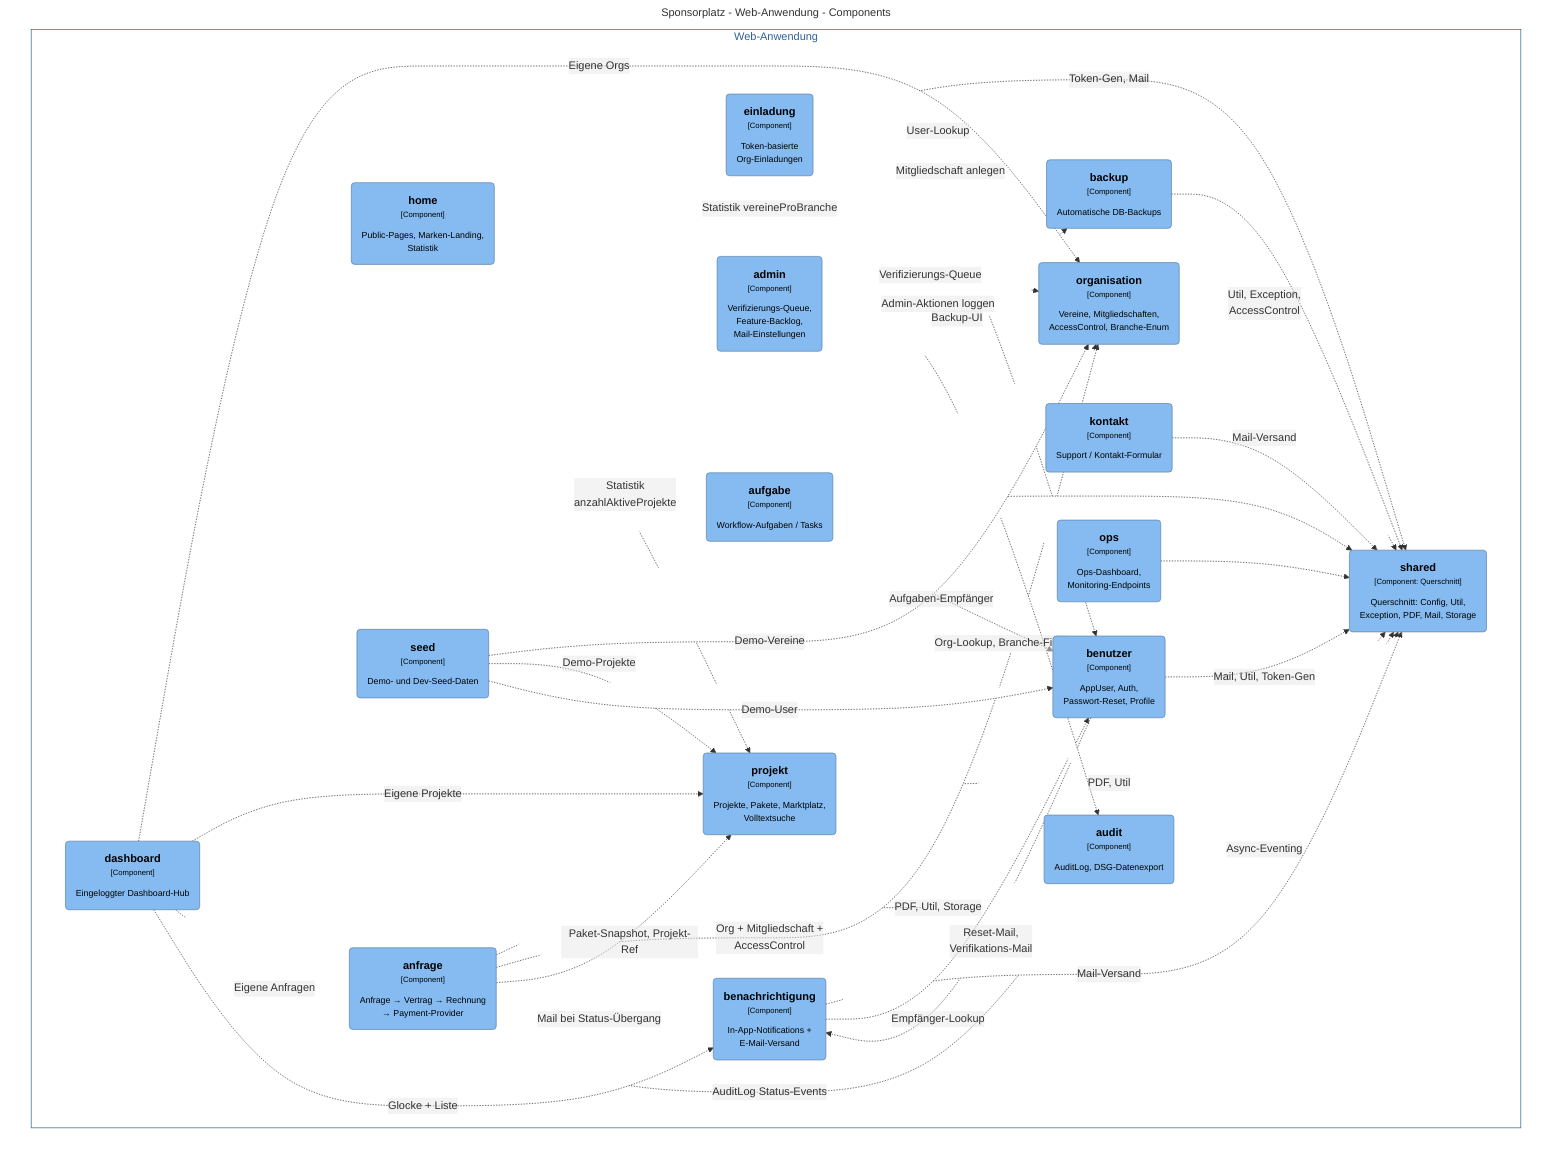
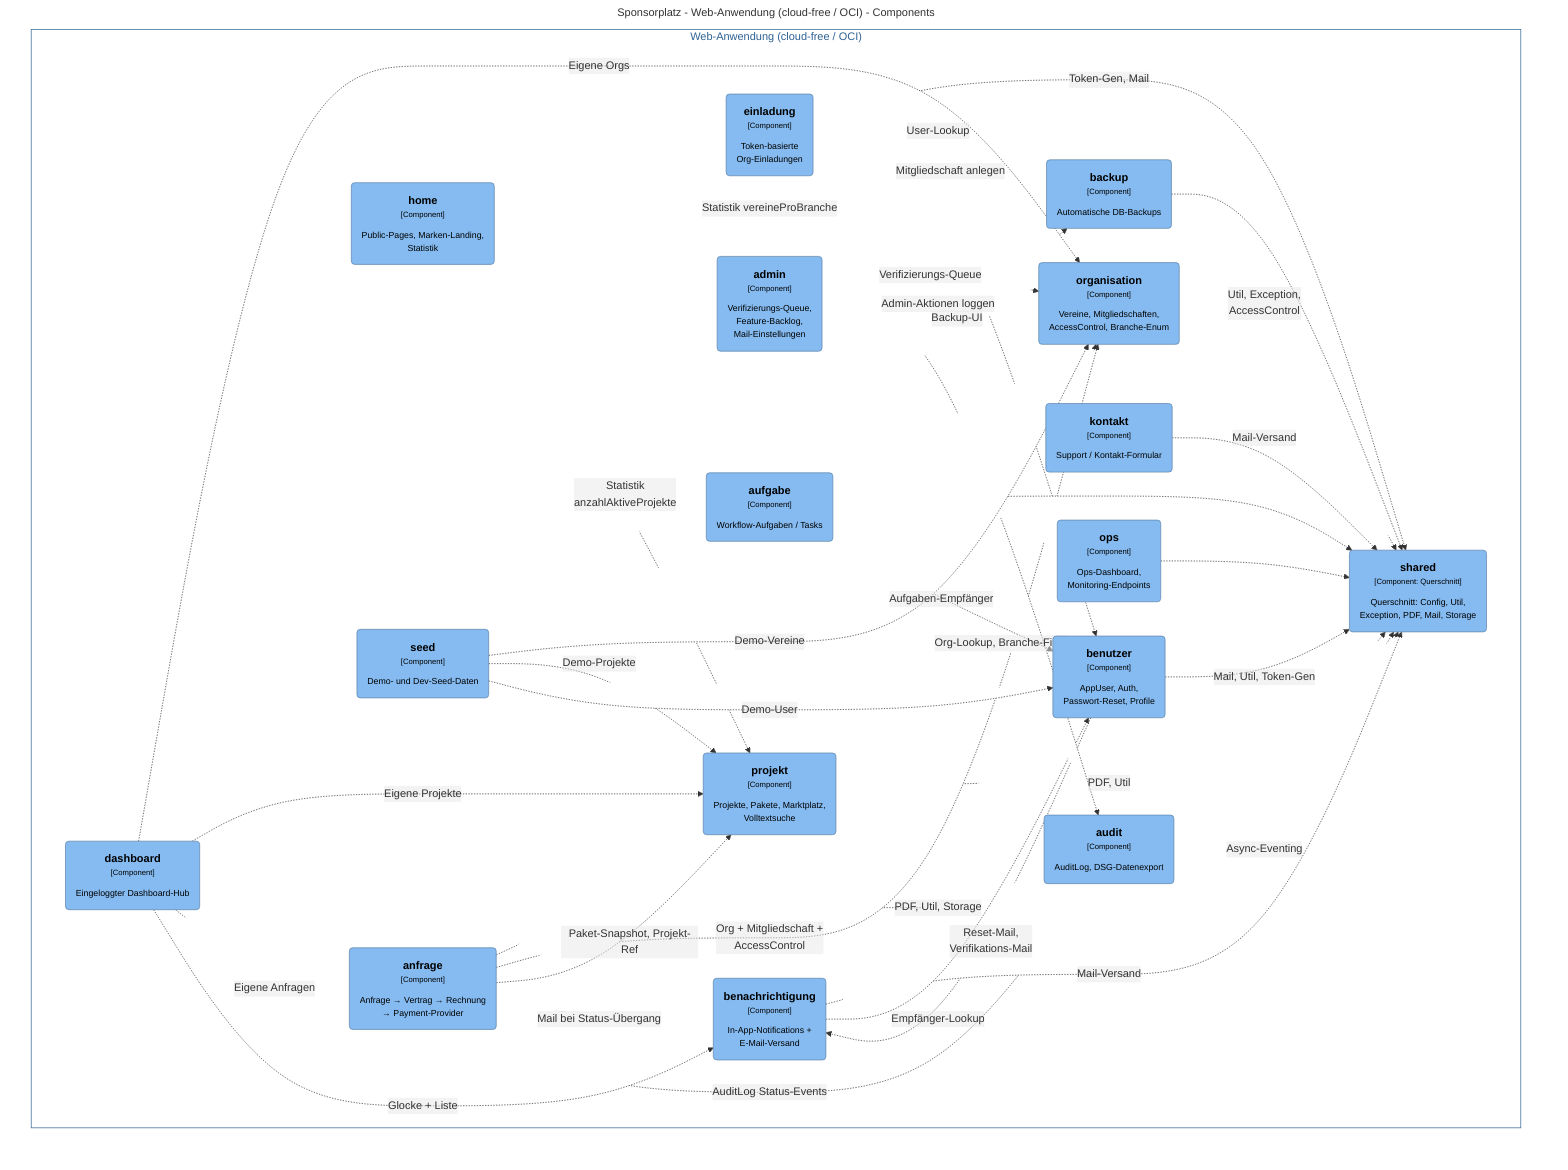
graph TB
  linkStyle default fill:#ffffff

-   subgraph diagram ["Sponsorplatz - Web-Anwendung - Components"]
+   subgraph diagram ["Sponsorplatz - Web-Anwendung (cloud-free / OCI) - Components"]
    style diagram fill:#ffffff,stroke:#ffffff

-     subgraph 13 ["Web-Anwendung"]
-       style 13 fill:#ffffff,stroke:#2e6295,color:#2e6295
+     subgraph 15 ["Web-Anwendung (cloud-free / OCI)"]
+       style 15 fill:#ffffff,stroke:#2e6295,color:#2e6295

-       14("<div style='font-weight: bold'>organisation</div><div style='font-size: 70%; margin-top: 0px'>[Component]</div><div style='font-size: 80%; margin-top:10px'>Vereine, Mitgliedschaften,<br />AccessControl, Branche-Enum</div>")
-       style 14 fill:#85bbf0,stroke:#5d82a8,color:#000000
-       15("<div style='font-weight: bold'>projekt</div><div style='font-size: 70%; margin-top: 0px'>[Component]</div><div style='font-size: 80%; margin-top:10px'>Projekte, Pakete, Marktplatz,<br />Volltextsuche</div>")
-       style 15 fill:#85bbf0,stroke:#5d82a8,color:#000000
-       16("<div style='font-weight: bold'>anfrage</div><div style='font-size: 70%; margin-top: 0px'>[Component]</div><div style='font-size: 80%; margin-top:10px'>Anfrage → Vertrag → Rechnung<br />→ Payment-Provider</div>")
+       16("<div style='font-weight: bold'>organisation</div><div style='font-size: 70%; margin-top: 0px'>[Component]</div><div style='font-size: 80%; margin-top:10px'>Vereine, Mitgliedschaften,<br />AccessControl, Branche-Enum</div>")
      style 16 fill:#85bbf0,stroke:#5d82a8,color:#000000
-       17("<div style='font-weight: bold'>benutzer</div><div style='font-size: 70%; margin-top: 0px'>[Component]</div><div style='font-size: 80%; margin-top:10px'>AppUser, Auth,<br />Passwort-Reset, Profile</div>")
+       17("<div style='font-weight: bold'>projekt</div><div style='font-size: 70%; margin-top: 0px'>[Component]</div><div style='font-size: 80%; margin-top:10px'>Projekte, Pakete, Marktplatz,<br />Volltextsuche</div>")
      style 17 fill:#85bbf0,stroke:#5d82a8,color:#000000
-       18("<div style='font-weight: bold'>einladung</div><div style='font-size: 70%; margin-top: 0px'>[Component]</div><div style='font-size: 80%; margin-top:10px'>Token-basierte<br />Org-Einladungen</div>")
+       18("<div style='font-weight: bold'>anfrage</div><div style='font-size: 70%; margin-top: 0px'>[Component]</div><div style='font-size: 80%; margin-top:10px'>Anfrage → Vertrag → Rechnung<br />→ Payment-Provider</div>")
      style 18 fill:#85bbf0,stroke:#5d82a8,color:#000000
-       19("<div style='font-weight: bold'>audit</div><div style='font-size: 70%; margin-top: 0px'>[Component]</div><div style='font-size: 80%; margin-top:10px'>AuditLog, DSG-Datenexport</div>")
+       19("<div style='font-weight: bold'>benutzer</div><div style='font-size: 70%; margin-top: 0px'>[Component]</div><div style='font-size: 80%; margin-top:10px'>AppUser, Auth,<br />Passwort-Reset, Profile</div>")
      style 19 fill:#85bbf0,stroke:#5d82a8,color:#000000
-       20("<div style='font-weight: bold'>benachrichtigung</div><div style='font-size: 70%; margin-top: 0px'>[Component]</div><div style='font-size: 80%; margin-top:10px'>In-App-Notifications +<br />E-Mail-Versand</div>")
+       20("<div style='font-weight: bold'>einladung</div><div style='font-size: 70%; margin-top: 0px'>[Component]</div><div style='font-size: 80%; margin-top:10px'>Token-basierte<br />Org-Einladungen</div>")
      style 20 fill:#85bbf0,stroke:#5d82a8,color:#000000
-       21("<div style='font-weight: bold'>admin</div><div style='font-size: 70%; margin-top: 0px'>[Component]</div><div style='font-size: 80%; margin-top:10px'>Verifizierungs-Queue,<br />Feature-Backlog,<br />Mail-Einstellungen</div>")
+       21("<div style='font-weight: bold'>audit</div><div style='font-size: 70%; margin-top: 0px'>[Component]</div><div style='font-size: 80%; margin-top:10px'>AuditLog, DSG-Datenexport</div>")
      style 21 fill:#85bbf0,stroke:#5d82a8,color:#000000
-       22("<div style='font-weight: bold'>home</div><div style='font-size: 70%; margin-top: 0px'>[Component]</div><div style='font-size: 80%; margin-top:10px'>Public-Pages, Marken-Landing,<br />Statistik</div>")
+       22("<div style='font-weight: bold'>benachrichtigung</div><div style='font-size: 70%; margin-top: 0px'>[Component]</div><div style='font-size: 80%; margin-top:10px'>In-App-Notifications +<br />E-Mail-Versand</div>")
      style 22 fill:#85bbf0,stroke:#5d82a8,color:#000000
-       23("<div style='font-weight: bold'>dashboard</div><div style='font-size: 70%; margin-top: 0px'>[Component]</div><div style='font-size: 80%; margin-top:10px'>Eingeloggter Dashboard-Hub</div>")
+       23("<div style='font-weight: bold'>admin</div><div style='font-size: 70%; margin-top: 0px'>[Component]</div><div style='font-size: 80%; margin-top:10px'>Verifizierungs-Queue,<br />Feature-Backlog,<br />Mail-Einstellungen</div>")
      style 23 fill:#85bbf0,stroke:#5d82a8,color:#000000
-       24("<div style='font-weight: bold'>kontakt</div><div style='font-size: 70%; margin-top: 0px'>[Component]</div><div style='font-size: 80%; margin-top:10px'>Support / Kontakt-Formular</div>")
+       24("<div style='font-weight: bold'>home</div><div style='font-size: 70%; margin-top: 0px'>[Component]</div><div style='font-size: 80%; margin-top:10px'>Public-Pages, Marken-Landing,<br />Statistik</div>")
      style 24 fill:#85bbf0,stroke:#5d82a8,color:#000000
-       25("<div style='font-weight: bold'>aufgabe</div><div style='font-size: 70%; margin-top: 0px'>[Component]</div><div style='font-size: 80%; margin-top:10px'>Workflow-Aufgaben / Tasks</div>")
+       25("<div style='font-weight: bold'>dashboard</div><div style='font-size: 70%; margin-top: 0px'>[Component]</div><div style='font-size: 80%; margin-top:10px'>Eingeloggter Dashboard-Hub</div>")
      style 25 fill:#85bbf0,stroke:#5d82a8,color:#000000
-       26("<div style='font-weight: bold'>backup</div><div style='font-size: 70%; margin-top: 0px'>[Component]</div><div style='font-size: 80%; margin-top:10px'>Automatische DB-Backups</div>")
+       26("<div style='font-weight: bold'>kontakt</div><div style='font-size: 70%; margin-top: 0px'>[Component]</div><div style='font-size: 80%; margin-top:10px'>Support / Kontakt-Formular</div>")
      style 26 fill:#85bbf0,stroke:#5d82a8,color:#000000
-       27("<div style='font-weight: bold'>ops</div><div style='font-size: 70%; margin-top: 0px'>[Component]</div><div style='font-size: 80%; margin-top:10px'>Ops-Dashboard,<br />Monitoring-Endpoints</div>")
+       27("<div style='font-weight: bold'>aufgabe</div><div style='font-size: 70%; margin-top: 0px'>[Component]</div><div style='font-size: 80%; margin-top:10px'>Workflow-Aufgaben / Tasks</div>")
      style 27 fill:#85bbf0,stroke:#5d82a8,color:#000000
-       28("<div style='font-weight: bold'>seed</div><div style='font-size: 70%; margin-top: 0px'>[Component]</div><div style='font-size: 80%; margin-top:10px'>Demo- und Dev-Seed-Daten</div>")
+       28("<div style='font-weight: bold'>backup</div><div style='font-size: 70%; margin-top: 0px'>[Component]</div><div style='font-size: 80%; margin-top:10px'>Automatische DB-Backups</div>")
      style 28 fill:#85bbf0,stroke:#5d82a8,color:#000000
-       29("<div style='font-weight: bold'>shared</div><div style='font-size: 70%; margin-top: 0px'>[Component: Querschnitt]</div><div style='font-size: 80%; margin-top:10px'>Querschnitt: Config, Util,<br />Exception, PDF, Mail, Storage</div>")
+       29("<div style='font-weight: bold'>ops</div><div style='font-size: 70%; margin-top: 0px'>[Component]</div><div style='font-size: 80%; margin-top:10px'>Ops-Dashboard,<br />Monitoring-Endpoints</div>")
      style 29 fill:#85bbf0,stroke:#5d82a8,color:#000000
+       30("<div style='font-weight: bold'>seed</div><div style='font-size: 70%; margin-top: 0px'>[Component]</div><div style='font-size: 80%; margin-top:10px'>Demo- und Dev-Seed-Daten</div>")
+       style 30 fill:#85bbf0,stroke:#5d82a8,color:#000000
+       31("<div style='font-weight: bold'>shared</div><div style='font-size: 70%; margin-top: 0px'>[Component: Querschnitt]</div><div style='font-size: 80%; margin-top:10px'>Querschnitt: Config, Util,<br />Exception, PDF, Mail, Storage</div>")
+       style 31 fill:#85bbf0,stroke:#5d82a8,color:#000000
    end

-     14-. "<div>Util, Exception,<br />AccessControl</div><div style='font-size: 70%'></div>" .->29
-     15-. "<div>PDF, Util</div><div style='font-size: 70%'></div>" .->29
-     15-. "<div>Org-Lookup, Branche-Filter</div><div style='font-size: 70%'></div>" .->14
-     16-. "<div>PDF, Util, Storage</div><div style='font-size: 70%'></div>" .->29
-     16-. "<div>Org + Mitgliedschaft +<br />AccessControl</div><div style='font-size: 70%'></div>" .->14
-     16-. "<div>Paket-Snapshot, Projekt-Ref</div><div style='font-size: 70%'></div>" .->15
-     16-. "<div>Mail bei Status-Übergang</div><div style='font-size: 70%'></div>" .->20
-     16-. "<div>AuditLog Status-Events</div><div style='font-size: 70%'></div>" .->19
-     17-. "<div>Mail, Util, Token-Gen</div><div style='font-size: 70%'></div>" .->29
-     17-. "<div>Reset-Mail,<br />Verifikations-Mail</div><div style='font-size: 70%'></div>" .->20
-     18-. "<div>Token-Gen, Mail</div><div style='font-size: 70%'></div>" .->29
-     18-. "<div>User-Lookup</div><div style='font-size: 70%'></div>" .->17
-     18-. "<div>Mitgliedschaft anlegen</div><div style='font-size: 70%'></div>" .->14
-     19-. "<div>Async-Eventing</div><div style='font-size: 70%'></div>" .->29
-     20-. "<div>Mail-Versand</div><div style='font-size: 70%'></div>" .->29
-     20-. "<div>Empfänger-Lookup</div><div style='font-size: 70%'></div>" .->17
-     21-. "<div>Verifizierungs-Queue</div><div style='font-size: 70%'></div>" .->14
-     21-. "<div>Admin-Aktionen loggen</div><div style='font-size: 70%'></div>" .->19
-     21-. "<div>Backup-UI</div><div style='font-size: 70%'></div>" .->26
-     22-. "<div>Statistik vereineProBranche</div><div style='font-size: 70%'></div>" .->14
-     22-. "<div>Statistik<br />anzahlAktiveProjekte</div><div style='font-size: 70%'></div>" .->15
-     23-. "<div>Eigene Orgs</div><div style='font-size: 70%'></div>" .->14
-     23-. "<div>Eigene Projekte</div><div style='font-size: 70%'></div>" .->15
-     23-. "<div>Eigene Anfragen</div><div style='font-size: 70%'></div>" .->16
-     23-. "<div>Glocke + Liste</div><div style='font-size: 70%'></div>" .->20
-     24-. "<div>Mail-Versand</div><div style='font-size: 70%'></div>" .->29
-     25-. "<div></div><div style='font-size: 70%'></div>" .->29
-     25-. "<div>Aufgaben-Empfänger</div><div style='font-size: 70%'></div>" .->17
-     26-. "<div></div><div style='font-size: 70%'></div>" .->29
-     27-. "<div></div><div style='font-size: 70%'></div>" .->29
-     28-. "<div>Demo-Vereine</div><div style='font-size: 70%'></div>" .->14
-     28-. "<div>Demo-Projekte</div><div style='font-size: 70%'></div>" .->15
-     28-. "<div>Demo-User</div><div style='font-size: 70%'></div>" .->17
+     16-. "<div>Util, Exception,<br />AccessControl</div><div style='font-size: 70%'></div>" .->31
+     17-. "<div>PDF, Util</div><div style='font-size: 70%'></div>" .->31
+     17-. "<div>Org-Lookup, Branche-Filter</div><div style='font-size: 70%'></div>" .->16
+     18-. "<div>PDF, Util, Storage</div><div style='font-size: 70%'></div>" .->31
+     18-. "<div>Org + Mitgliedschaft +<br />AccessControl</div><div style='font-size: 70%'></div>" .->16
+     18-. "<div>Paket-Snapshot, Projekt-Ref</div><div style='font-size: 70%'></div>" .->17
+     18-. "<div>Mail bei Status-Übergang</div><div style='font-size: 70%'></div>" .->22
+     18-. "<div>AuditLog Status-Events</div><div style='font-size: 70%'></div>" .->21
+     19-. "<div>Mail, Util, Token-Gen</div><div style='font-size: 70%'></div>" .->31
+     19-. "<div>Reset-Mail,<br />Verifikations-Mail</div><div style='font-size: 70%'></div>" .->22
+     20-. "<div>Token-Gen, Mail</div><div style='font-size: 70%'></div>" .->31
+     20-. "<div>User-Lookup</div><div style='font-size: 70%'></div>" .->19
+     20-. "<div>Mitgliedschaft anlegen</div><div style='font-size: 70%'></div>" .->16
+     21-. "<div>Async-Eventing</div><div style='font-size: 70%'></div>" .->31
+     22-. "<div>Mail-Versand</div><div style='font-size: 70%'></div>" .->31
+     22-. "<div>Empfänger-Lookup</div><div style='font-size: 70%'></div>" .->19
+     23-. "<div>Verifizierungs-Queue</div><div style='font-size: 70%'></div>" .->16
+     23-. "<div>Admin-Aktionen loggen</div><div style='font-size: 70%'></div>" .->21
+     23-. "<div>Backup-UI</div><div style='font-size: 70%'></div>" .->28
+     24-. "<div>Statistik vereineProBranche</div><div style='font-size: 70%'></div>" .->16
+     24-. "<div>Statistik<br />anzahlAktiveProjekte</div><div style='font-size: 70%'></div>" .->17
+     25-. "<div>Eigene Orgs</div><div style='font-size: 70%'></div>" .->16
+     25-. "<div>Eigene Projekte</div><div style='font-size: 70%'></div>" .->17
+     25-. "<div>Eigene Anfragen</div><div style='font-size: 70%'></div>" .->18
+     25-. "<div>Glocke + Liste</div><div style='font-size: 70%'></div>" .->22
+     26-. "<div>Mail-Versand</div><div style='font-size: 70%'></div>" .->31
+     27-. "<div></div><div style='font-size: 70%'></div>" .->31
+     27-. "<div>Aufgaben-Empfänger</div><div style='font-size: 70%'></div>" .->19
+     28-. "<div></div><div style='font-size: 70%'></div>" .->31
+     29-. "<div></div><div style='font-size: 70%'></div>" .->31
+     30-. "<div>Demo-Vereine</div><div style='font-size: 70%'></div>" .->16
+     30-. "<div>Demo-Projekte</div><div style='font-size: 70%'></div>" .->17
+     30-. "<div>Demo-User</div><div style='font-size: 70%'></div>" .->19
  end